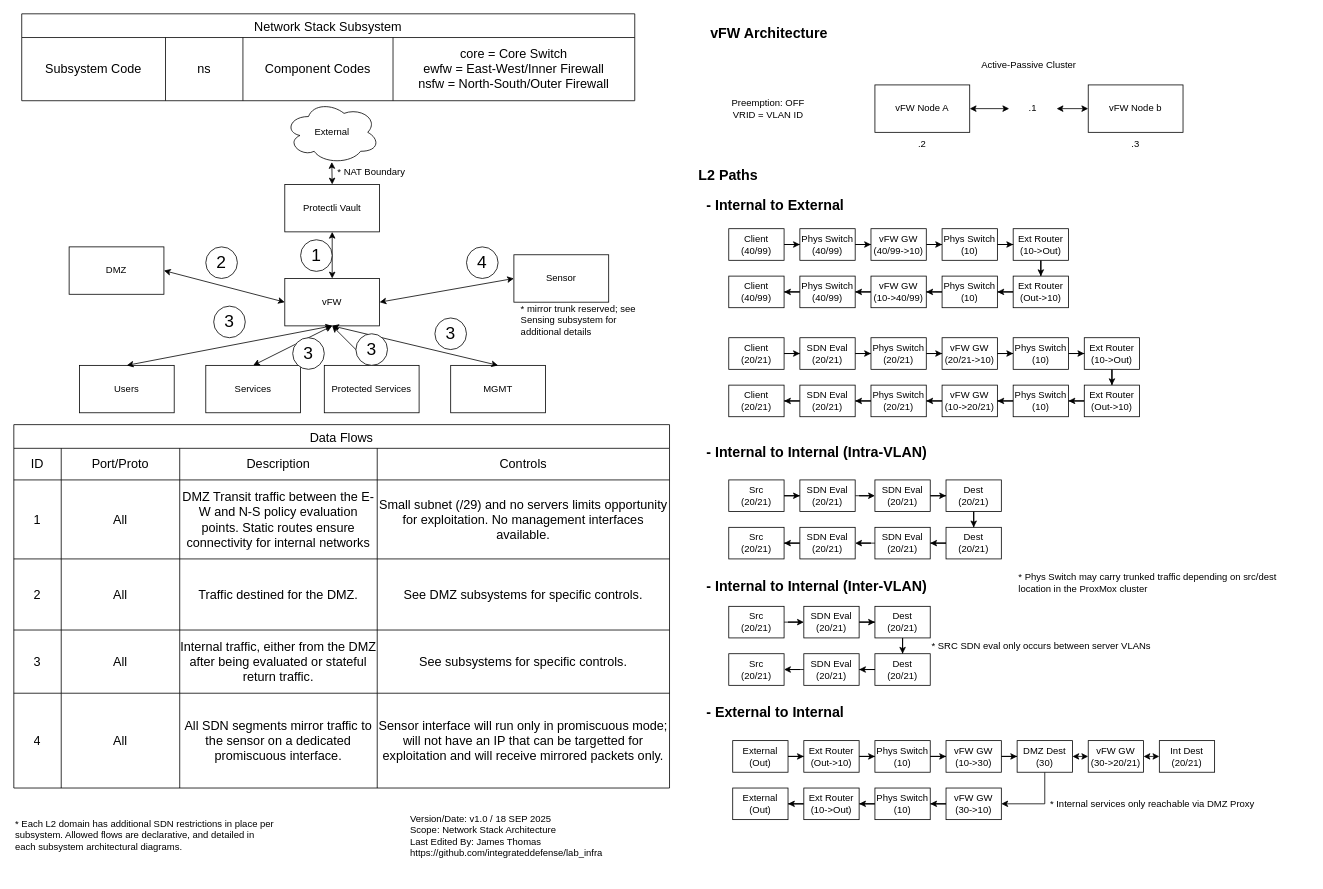
Above: diagrams/Subsystems/Network Stack.drawio in integrateddefense/lab_infra (draw.io), before the change. Source tidied: cells renumbered, new cells numbered last; positions are measured from the earlier drawing's top-left corner, leaving out a move shared by most shapes. Both pictures are drawn from the tidied source at 79%, with x=0, y=0 at pixel (13, 13).
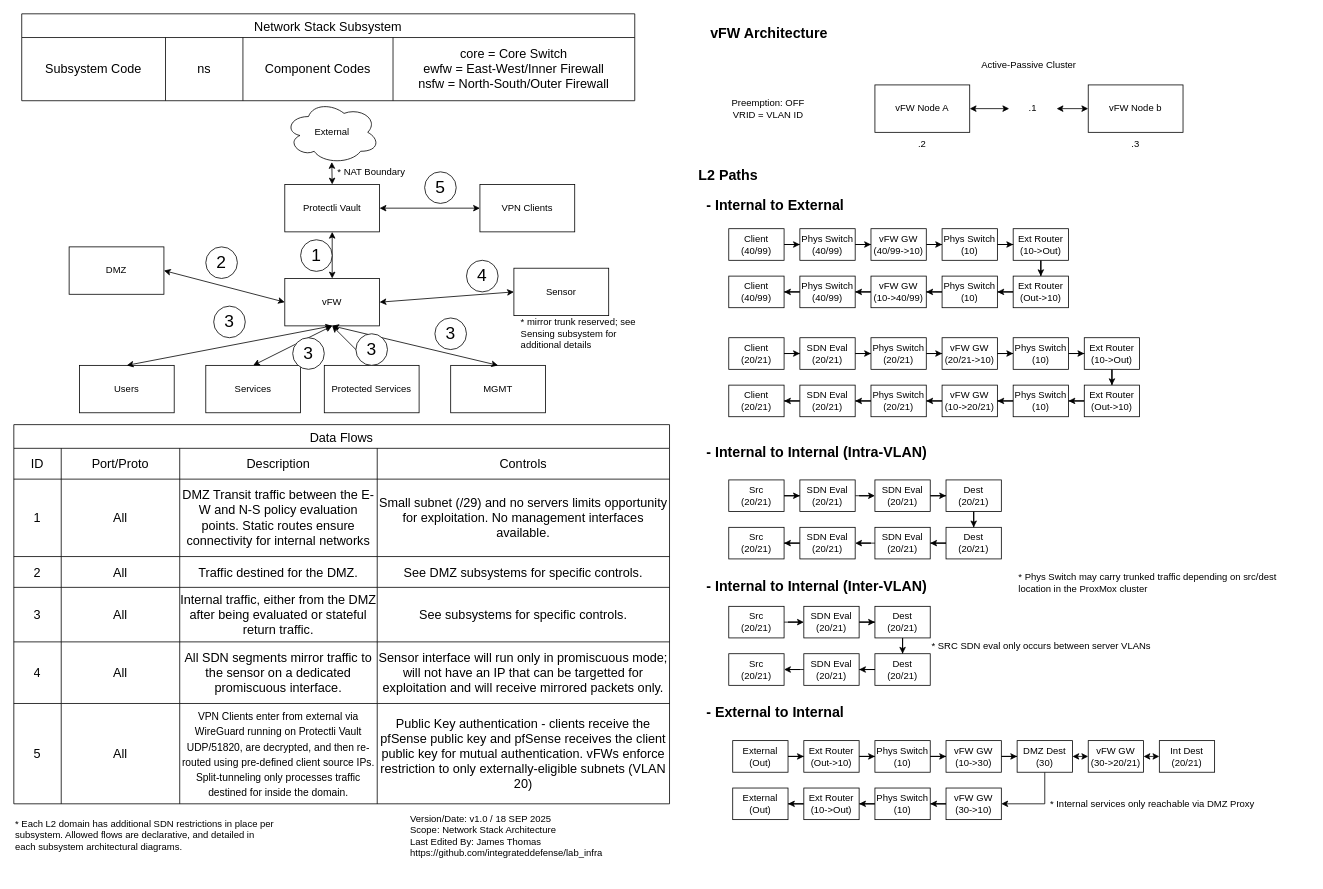
Above is the later version.

The change refers to these unchanged cells:
```xml
<mxCell id="35" value="Protectli Vault" style="rounded=0;whiteSpace=wrap;html=1;" parent="1" vertex="1">
  <mxGeometry x="343" y="216" width="120" height="60" as="geometry" />
</mxCell>
```

Change to the diagram source:
```diff
@@
     <mxCell id="2" value="Data Flows" style="shape=table;startSize=30;childLayout=tableLayout;strokeColor=default;fontSize=16;" parent="1" vertex="1">
-      <mxGeometry y="520" width="830" height="460" as="geometry" />
+      <mxGeometry y="520" width="830" height="480" as="geometry" />
     </mxCell>
     <mxCell id="3" style="shape=tableRow;horizontal=0;startSize=0;swimlaneHead=0;swimlaneBody=0;strokeColor=inherit;top=0;left=0;bottom=0;right=0;fillColor=none;fontSize=16;" parent="2" vertex="1">
-      <mxGeometry y="30" width="830" height="40" as="geometry" />
+      <mxGeometry y="30" width="830" height="39" as="geometry" />
     </mxCell>
     <mxCell id="4" value="ID" style="shape=partialRectangle;html=1;whiteSpace=wrap;strokeColor=inherit;overflow=hidden;fillColor=none;top=0;left=0;bottom=0;right=0;fontSize=16;" parent="3" vertex="1">
-      <mxGeometry width="60" height="40" as="geometry" />
+      <mxGeometry width="60" height="39" as="geometry" />
     </mxCell>
     <mxCell id="5" value="Port/Proto" style="shape=partialRectangle;html=1;whiteSpace=wrap;strokeColor=inherit;overflow=hidden;fillColor=none;top=0;left=0;bottom=0;right=0;fontSize=16;" parent="3" vertex="1">
-      <mxGeometry x="60" width="150" height="40" as="geometry" />
+      <mxGeometry x="60" width="150" height="39" as="geometry" />
     </mxCell>
     <mxCell id="6" value="Description" style="shape=partialRectangle;html=1;whiteSpace=wrap;strokeColor=inherit;overflow=hidden;fillColor=none;top=0;left=0;bottom=0;right=0;fontSize=16;" parent="3" vertex="1">
-      <mxGeometry x="210" width="250" height="40" as="geometry" />
+      <mxGeometry x="210" width="250" height="39" as="geometry" />
     </mxCell>
     <mxCell id="7" value="Controls" style="shape=partialRectangle;html=1;whiteSpace=wrap;strokeColor=inherit;overflow=hidden;fillColor=none;top=0;left=0;bottom=0;right=0;fontSize=16;" parent="3" vertex="1">
-      <mxGeometry x="460" width="370" height="40" as="geometry" />
+      <mxGeometry x="460" width="370" height="39" as="geometry" />
     </mxCell>
     <mxCell id="8" style="shape=tableRow;horizontal=0;startSize=0;swimlaneHead=0;swimlaneBody=0;strokeColor=inherit;top=0;left=0;bottom=0;right=0;fillColor=none;fontSize=16;" parent="2" vertex="1">
-      <mxGeometry y="70" width="830" height="100" as="geometry" />
+      <mxGeometry y="69" width="830" height="98" as="geometry" />
     </mxCell>
     <mxCell id="9" value="1" style="shape=partialRectangle;html=1;whiteSpace=wrap;strokeColor=inherit;overflow=hidden;fillColor=none;top=0;left=0;bottom=0;right=0;fontSize=16;" parent="8" vertex="1">
-      <mxGeometry width="60" height="100" as="geometry" />
+      <mxGeometry width="60" height="98" as="geometry" />
     </mxCell>
     <mxCell id="10" value="All" style="shape=partialRectangle;html=1;whiteSpace=wrap;strokeColor=inherit;overflow=hidden;fillColor=none;top=0;left=0;bottom=0;right=0;fontSize=16;" parent="8" vertex="1">
-      <mxGeometry x="60" width="150" height="100" as="geometry" />
+      <mxGeometry x="60" width="150" height="98" as="geometry" />
     </mxCell>
     <mxCell id="11" value="DMZ Transit traffic between the E-W and N-S policy evaluation points. Static routes ensure connectivity for internal networks" style="shape=partialRectangle;html=1;whiteSpace=wrap;strokeColor=inherit;overflow=hidden;fillColor=none;top=0;left=0;bottom=0;right=0;fontSize=16;" parent="8" vertex="1">
-      <mxGeometry x="210" width="250" height="100" as="geometry" />
+      <mxGeometry x="210" width="250" height="98" as="geometry" />
     </mxCell>
     <mxCell id="12" value="Small subnet (/29) and no servers limits opportunity for exploitation. No management interfaces available." style="shape=partialRectangle;html=1;whiteSpace=wrap;strokeColor=inherit;overflow=hidden;fillColor=none;top=0;left=0;bottom=0;right=0;fontSize=16;" parent="8" vertex="1">
-      <mxGeometry x="460" width="370" height="100" as="geometry" />
+      <mxGeometry x="460" width="370" height="98" as="geometry" />
     </mxCell>
     <mxCell id="13" style="shape=tableRow;horizontal=0;startSize=0;swimlaneHead=0;swimlaneBody=0;strokeColor=inherit;top=0;left=0;bottom=0;right=0;fillColor=none;fontSize=16;" parent="2" vertex="1">
-      <mxGeometry y="170" width="830" height="90" as="geometry" />
+      <mxGeometry y="167" width="830" height="39" as="geometry" />
     </mxCell>
     <mxCell id="14" value="2" style="shape=partialRectangle;html=1;whiteSpace=wrap;strokeColor=inherit;overflow=hidden;fillColor=none;top=0;left=0;bottom=0;right=0;fontSize=16;" parent="13" vertex="1">
-      <mxGeometry width="60" height="90" as="geometry" />
+      <mxGeometry width="60" height="39" as="geometry" />
     </mxCell>
     <mxCell id="15" value="All" style="shape=partialRectangle;html=1;whiteSpace=wrap;strokeColor=inherit;overflow=hidden;fillColor=none;top=0;left=0;bottom=0;right=0;fontSize=16;" parent="13" vertex="1">
-      <mxGeometry x="60" width="150" height="90" as="geometry" />
+      <mxGeometry x="60" width="150" height="39" as="geometry" />
     </mxCell>
     <mxCell id="16" value="Traffic destined for the DMZ." style="shape=partialRectangle;html=1;whiteSpace=wrap;strokeColor=inherit;overflow=hidden;fillColor=none;top=0;left=0;bottom=0;right=0;fontSize=16;" parent="13" vertex="1">
-      <mxGeometry x="210" width="250" height="90" as="geometry" />
+      <mxGeometry x="210" width="250" height="39" as="geometry" />
     </mxCell>
     <mxCell id="17" value="See DMZ subsystems for specific controls." style="shape=partialRectangle;html=1;whiteSpace=wrap;strokeColor=inherit;overflow=hidden;fillColor=none;top=0;left=0;bottom=0;right=0;fontSize=16;" parent="13" vertex="1">
-      <mxGeometry x="460" width="370" height="90" as="geometry" />
+      <mxGeometry x="460" width="370" height="39" as="geometry" />
     </mxCell>
     <mxCell id="18" style="shape=tableRow;horizontal=0;startSize=0;swimlaneHead=0;swimlaneBody=0;strokeColor=inherit;top=0;left=0;bottom=0;right=0;fillColor=none;fontSize=16;" parent="2" vertex="1">
-      <mxGeometry y="260" width="830" height="80" as="geometry" />
+      <mxGeometry y="206" width="830" height="69" as="geometry" />
     </mxCell>
     <mxCell id="19" value="3" style="shape=partialRectangle;html=1;whiteSpace=wrap;strokeColor=inherit;overflow=hidden;fillColor=none;top=0;left=0;bottom=0;right=0;fontSize=16;" parent="18" vertex="1">
-      <mxGeometry width="60" height="80" as="geometry" />
+      <mxGeometry width="60" height="69" as="geometry" />
     </mxCell>
     <mxCell id="20" value="All" style="shape=partialRectangle;html=1;whiteSpace=wrap;strokeColor=inherit;overflow=hidden;fillColor=none;top=0;left=0;bottom=0;right=0;fontSize=16;" parent="18" vertex="1">
-      <mxGeometry x="60" width="150" height="80" as="geometry" />
+      <mxGeometry x="60" width="150" height="69" as="geometry" />
     </mxCell>
     <mxCell id="21" value="Internal traffic, either from the DMZ after being evaluated or stateful return traffic." style="shape=partialRectangle;html=1;whiteSpace=wrap;strokeColor=inherit;overflow=hidden;fillColor=none;top=0;left=0;bottom=0;right=0;fontSize=16;" parent="18" vertex="1">
-      <mxGeometry x="210" width="250" height="80" as="geometry" />
+      <mxGeometry x="210" width="250" height="69" as="geometry" />
     </mxCell>
     <mxCell id="22" value="See subsystems for specific controls." style="shape=partialRectangle;html=1;whiteSpace=wrap;strokeColor=inherit;overflow=hidden;fillColor=none;top=0;left=0;bottom=0;right=0;fontSize=16;" parent="18" vertex="1">
-      <mxGeometry x="460" width="370" height="80" as="geometry" />
+      <mxGeometry x="460" width="370" height="69" as="geometry" />
     </mxCell>
     <mxCell id="23" style="shape=tableRow;horizontal=0;startSize=0;swimlaneHead=0;swimlaneBody=0;strokeColor=inherit;top=0;left=0;bottom=0;right=0;fillColor=none;fontSize=16;" parent="2" vertex="1">
-      <mxGeometry y="340" width="830" height="120" as="geometry" />
+      <mxGeometry y="275" width="830" height="78" as="geometry" />
     </mxCell>
     <mxCell id="24" value="4" style="shape=partialRectangle;html=1;whiteSpace=wrap;strokeColor=inherit;overflow=hidden;fillColor=none;top=0;left=0;bottom=0;right=0;fontSize=16;" parent="23" vertex="1">
-      <mxGeometry width="60" height="120" as="geometry" />
+      <mxGeometry width="60" height="78" as="geometry" />
     </mxCell>
     <mxCell id="25" value="All" style="shape=partialRectangle;html=1;whiteSpace=wrap;strokeColor=inherit;overflow=hidden;fillColor=none;top=0;left=0;bottom=0;right=0;fontSize=16;" parent="23" vertex="1">
-      <mxGeometry x="60" width="150" height="120" as="geometry" />
+      <mxGeometry x="60" width="150" height="78" as="geometry" />
     </mxCell>
     <mxCell id="26" value="All SDN segments mirror traffic to the sensor on a dedicated promiscuous interface." style="shape=partialRectangle;html=1;whiteSpace=wrap;strokeColor=inherit;overflow=hidden;fillColor=none;top=0;left=0;bottom=0;right=0;fontSize=16;" parent="23" vertex="1">
-      <mxGeometry x="210" width="250" height="120" as="geometry" />
+      <mxGeometry x="210" width="250" height="78" as="geometry" />
     </mxCell>
     <mxCell id="27" value="Sensor interface will run only in promiscuous mode; will not have an IP that can be targetted for exploitation and will receive mirrored packets only." style="shape=partialRectangle;html=1;whiteSpace=wrap;strokeColor=inherit;overflow=hidden;fillColor=none;top=0;left=0;bottom=0;right=0;fontSize=16;" parent="23" vertex="1">
-      <mxGeometry x="460" width="370" height="120" as="geometry" />
+      <mxGeometry x="460" width="370" height="78" as="geometry" />
     </mxCell>
+    <mxCell id="169" style="shape=tableRow;horizontal=0;startSize=0;swimlaneHead=0;swimlaneBody=0;strokeColor=inherit;top=0;left=0;bottom=0;right=0;fillColor=none;fontSize=16;" parent="2" vertex="1">
+      <mxGeometry y="353" width="830" height="127" as="geometry" />
+    </mxCell>
+    <mxCell id="170" value="5" style="shape=partialRectangle;html=1;whiteSpace=wrap;strokeColor=inherit;overflow=hidden;fillColor=none;top=0;left=0;bottom=0;right=0;fontSize=16;" parent="169" vertex="1">
+      <mxGeometry width="60" height="127" as="geometry" />
+    </mxCell>
+    <mxCell id="171" value="All" style="shape=partialRectangle;html=1;whiteSpace=wrap;strokeColor=inherit;overflow=hidden;fillColor=none;top=0;left=0;bottom=0;right=0;fontSize=16;" parent="169" vertex="1">
+      <mxGeometry x="60" width="150" height="127" as="geometry" />
+    </mxCell>
+    <mxCell id="172" value="&lt;font style=&quot;font-size: 13px;&quot;&gt;VPN Clients enter from external via WireGuard running on Protectli Vault UDP/51820, are decrypted, and then re-routed using pre-defined client source IPs. Split-tunneling only processes traffic destined for inside the domain.&lt;/font&gt;" style="shape=partialRectangle;html=1;whiteSpace=wrap;strokeColor=inherit;overflow=hidden;fillColor=none;top=0;left=0;bottom=0;right=0;fontSize=16;" parent="169" vertex="1">
+      <mxGeometry x="210" width="250" height="127" as="geometry" />
+    </mxCell>
+    <mxCell id="173" value="Public Key authentication - clients receive the pfSense public key and pfSense receives the client public key for mutual authentication. vFWs enforce restriction to only externally-eligible subnets (VLAN 20)" style="shape=partialRectangle;html=1;whiteSpace=wrap;strokeColor=inherit;overflow=hidden;fillColor=none;top=0;left=0;bottom=0;right=0;fontSize=16;" parent="169" vertex="1">
+      <mxGeometry x="460" width="370" height="127" as="geometry" />
+    </mxCell>
@@
     <mxCell id="42" value="Sensor" style="rounded=0;whiteSpace=wrap;html=1;" parent="1" vertex="1">
-      <mxGeometry x="633" y="305" width="120" height="60" as="geometry" />
+      <mxGeometry x="633" y="322" width="120" height="60" as="geometry" />
     </mxCell>
@@
     <mxCell id="52" value="4" style="ellipse;whiteSpace=wrap;html=1;fontSize=22;" parent="1" vertex="1">
-      <mxGeometry x="573" y="295" width="40" height="40" as="geometry" />
+      <mxGeometry x="573" y="312" width="40" height="40" as="geometry" />
     </mxCell>
@@
     <mxCell id="168" value="* mirror trunk reserved; see Sensing subsystem for additional details" style="text;html=1;align=left;verticalAlign=middle;whiteSpace=wrap;rounded=0;spacingBottom=0;" parent="1" vertex="1">
-      <mxGeometry x="640" y="365" width="160" height="45" as="geometry" />
+      <mxGeometry x="640" y="382" width="160" height="45" as="geometry" />
     </mxCell>
+    <mxCell id="174" value="VPN Clients" style="rounded=0;whiteSpace=wrap;html=1;" parent="1" vertex="1">
+      <mxGeometry x="590" y="216" width="120" height="60" as="geometry" />
+    </mxCell>
+    <mxCell id="175" style="endArrow=classic;startArrow=classic;html=1;rounded=0;entryX=0;entryY=0.5;entryDx=0;entryDy=0;exitX=1;exitY=0.5;exitDx=0;exitDy=0;" parent="1" edge="1" source="35" target="174">
+      <mxGeometry relative="1" as="geometry" />
+    </mxCell>
+    <mxCell id="176" value="5" style="ellipse;whiteSpace=wrap;html=1;fontSize=22;" parent="1" vertex="1">
+      <mxGeometry x="520" y="200" width="40" height="40" as="geometry" />
+    </mxCell>
```
